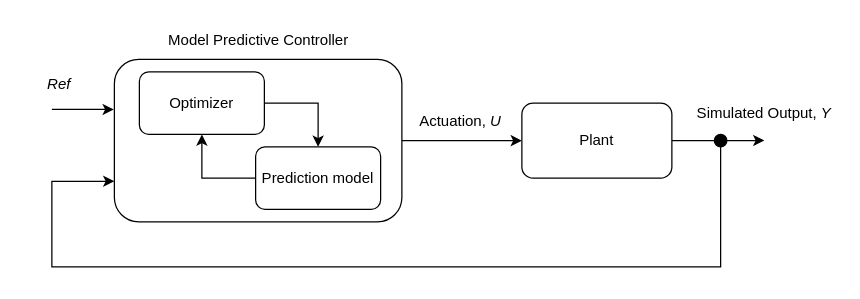
Above: fig/mpc_control_loop.drawio in gotvinne/Light-weight-MPC (draw.io), before the change. Source tidied: cells renumbered, new cells numbered last; positions are measured from the earlier drawing's top-left corner, leaving out a move shared by most shapes. Both pictures are drawn from the tidied source at 125%, with x=0, y=0 at pixel (21, 21).
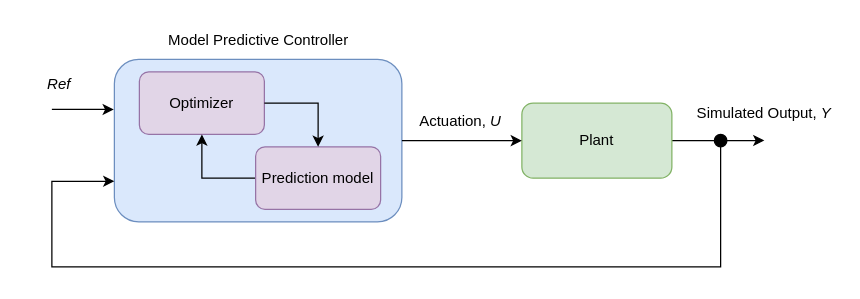
Above is the later version.

Unchanged cells that the change refers to:
```xml
<mxCell id="4" style="group;" parent="1" vertex="1">
  <mxGeometry x="74" y="30" width="230" height="130" as="geometry" />
</mxCell>
```

Diff of the diagram source:
```diff
@@
-    <mxCell id="3" value="Plant" style="rounded=1;whiteSpace=wrap;html=1;" parent="1" vertex="1">
+    <mxCell id="3" value="Plant" style="rounded=1;whiteSpace=wrap;html=1;fillColor=#d5e8d4;strokeColor=#82b366;" parent="1" vertex="1">
       <mxGeometry x="400" y="65" width="120" height="60" as="geometry" />
     </mxCell>
@@
-    <mxCell id="5" style="rounded=1;whiteSpace=wrap;html=1;" parent="4" vertex="1">
+    <mxCell id="5" style="rounded=1;whiteSpace=wrap;html=1;fillColor=#dae8fc;strokeColor=#6c8ebf;" parent="4" vertex="1">
       <mxGeometry width="230" height="130" as="geometry" />
     </mxCell>
-    <mxCell id="6" value="Optimizer" style="rounded=1;whiteSpace=wrap;html=1;" parent="4" vertex="1">
+    <mxCell id="6" value="Optimizer" style="rounded=1;whiteSpace=wrap;html=1;fillColor=#e1d5e7;strokeColor=#9673a6;" parent="4" vertex="1">
       <mxGeometry x="20" y="10" width="100" height="50" as="geometry" />
     </mxCell>
@@
-    <mxCell id="8" value="Prediction model" style="rounded=1;whiteSpace=wrap;html=1;" parent="4" vertex="1">
+    <mxCell id="8" value="Prediction model" style="rounded=1;whiteSpace=wrap;html=1;fillColor=#e1d5e7;strokeColor=#9673a6;" parent="4" vertex="1">
       <mxGeometry x="113" y="70" width="100" height="50" as="geometry" />
     </mxCell>
```
